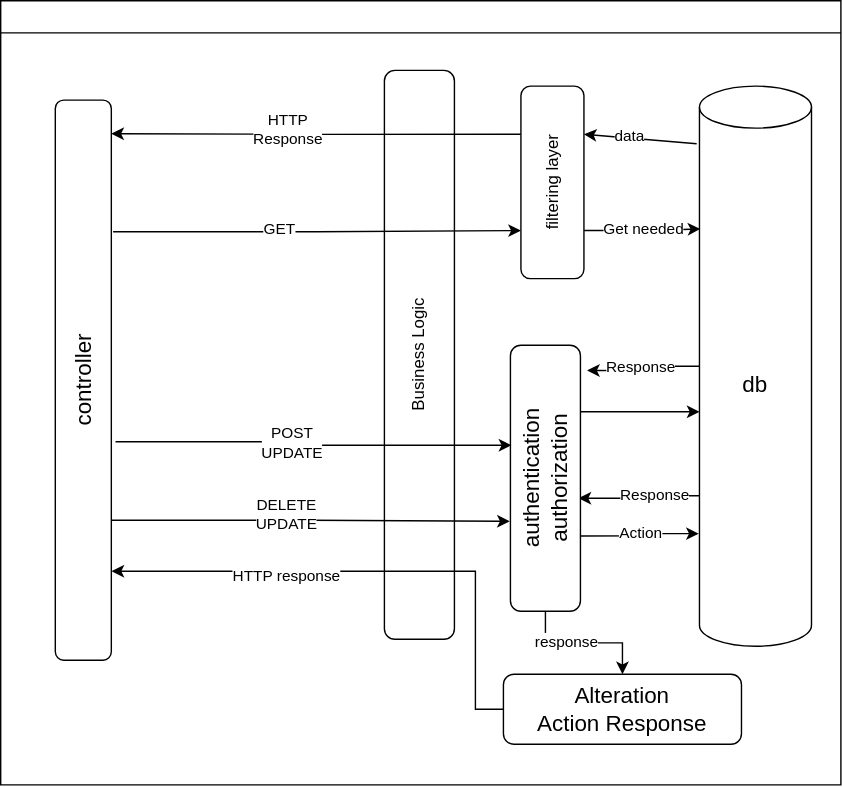
This is etc/imgs/system-desgin.drawio.svg from Abdullah-Khawahir/clinics-schedules, a draw.io export, as it was before one commit. Source tidied: cells renumbered, new cells last; positions are measured from the earlier drawing's top-left corner, leaving out a move shared by most shapes.
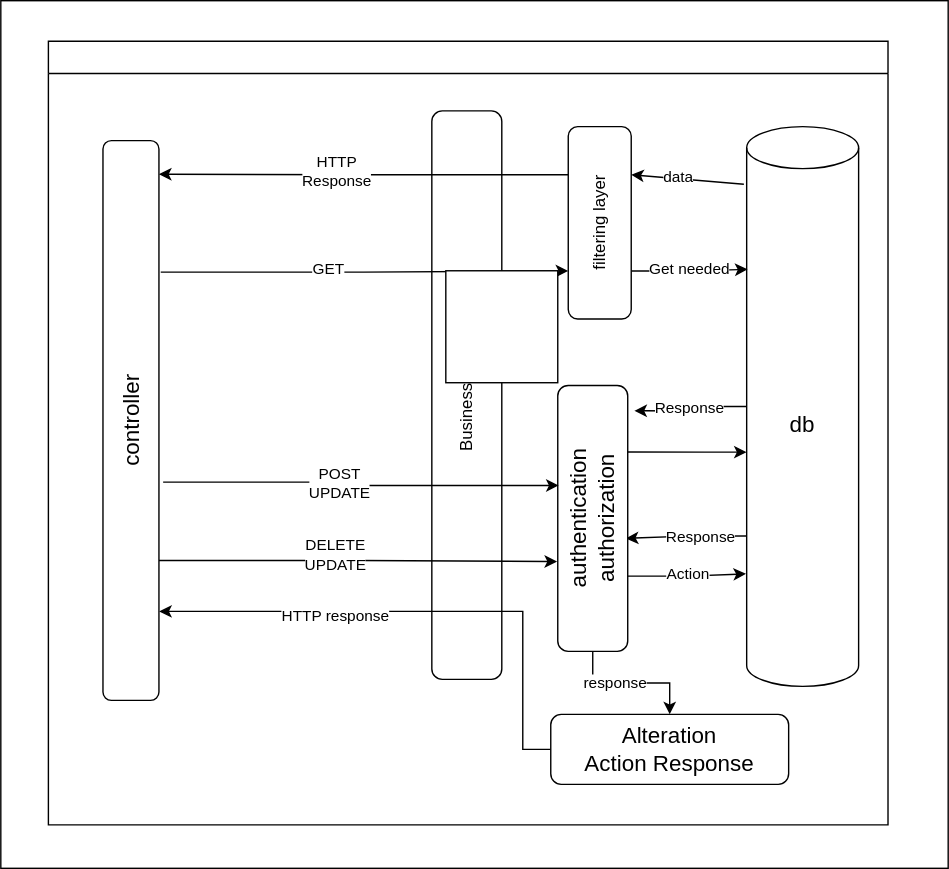
The same diagram one commit later.

Diff of the diagram source:
```diff
@@ -2,6 +2,9 @@
   <root>
     <mxCell id="0" />
     <mxCell id="1" parent="0" />
+    <mxCell id="32" style="rounded=0;whiteSpace=wrap;html=1;" parent="1" vertex="1">
+      <mxGeometry x="107" y="-29" width="677" height="620" as="geometry" />
+    </mxCell>
     <mxCell id="2" value="Business Logic" style="rounded=1;whiteSpace=wrap;html=1;rotation=-90;" parent="1" vertex="1">
       <mxGeometry x="236.9" y="227.9" width="406.2" height="50" as="geometry" />
     </mxCell>
@@ -114,5 +117,8 @@
     <mxCell id="31" style="swimlane;whiteSpace=wrap;html=1;" parent="1" vertex="1">
       <mxGeometry x="141" width="600" height="560" as="geometry" />
     </mxCell>
+    <mxCell id="33" style="whiteSpace=wrap;html=1;" parent="1" vertex="1">
+      <mxGeometry x="425" y="164" width="80" height="80" as="geometry" />
+    </mxCell>
   </root>
 </mxGraphModel>
```
